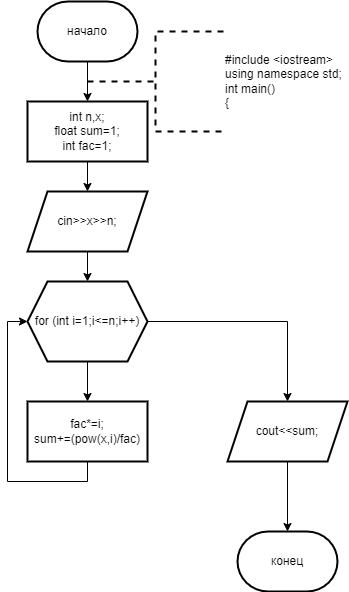
ksinph/PSTU_LABS_2023 keeps this draw.io diagram as 2_17.drawio.png. Above is the earlier version. Source tidied: cells renumbered, new cells last; positions are measured from the earlier drawing's top-left corner, leaving out a move shared by most shapes. Its diagram source:
```xml
<mxGraphModel>
  <root>
    <mxCell id="0" />
    <mxCell id="1" parent="0" />
    <mxCell id="2" style="edgeStyle=orthogonalEdgeStyle;rounded=0;jettySize=auto;html=1;" parent="1" edge="1" source="3" target="5">
      <mxGeometry relative="1" as="geometry" />
    </mxCell>
    <mxCell id="3" value="начало" style="strokeWidth=2;html=1;shape=mxgraph.flowchart.terminator;whiteSpace=wrap;" parent="1" vertex="1">
      <mxGeometry x="10" width="100" height="60" as="geometry" />
    </mxCell>
    <mxCell id="4" style="edgeStyle=orthogonalEdgeStyle;rounded=0;jettySize=auto;html=1;" parent="1" edge="1" source="5" target="7">
      <mxGeometry relative="1" as="geometry" />
    </mxCell>
    <mxCell id="5" value="int n,x;&lt;br&gt;float sum=1;&lt;br&gt;int fac=1;" style="whiteSpace=wrap;html=1;strokeWidth=2;" parent="1" vertex="1">
      <mxGeometry y="100" width="120" height="60" as="geometry" />
    </mxCell>
    <mxCell id="6" style="edgeStyle=orthogonalEdgeStyle;rounded=0;jettySize=auto;html=1;" parent="1" edge="1" source="7" target="10">
      <mxGeometry relative="1" as="geometry" />
    </mxCell>
    <mxCell id="7" value="cin&amp;gt;&amp;gt;x&amp;gt;&amp;gt;n;" style="shape=parallelogram;perimeter=parallelogramPerimeter;whiteSpace=wrap;html=1;fixedSize=1;strokeWidth=2;" parent="1" vertex="1">
      <mxGeometry y="190" width="120" height="60" as="geometry" />
    </mxCell>
    <mxCell id="8" style="edgeStyle=orthogonalEdgeStyle;rounded=0;jettySize=auto;html=1;" parent="1" edge="1" source="10" target="12">
      <mxGeometry relative="1" as="geometry" />
    </mxCell>
    <mxCell id="9" style="edgeStyle=orthogonalEdgeStyle;rounded=0;jettySize=auto;html=1;" parent="1" edge="1" source="10" target="13">
      <mxGeometry relative="1" as="geometry" />
    </mxCell>
    <mxCell id="10" value="for (int i=1;i&amp;lt;=n;i++)" style="shape=hexagon;perimeter=hexagonPerimeter2;whiteSpace=wrap;html=1;fixedSize=1;strokeWidth=2;" parent="1" vertex="1">
      <mxGeometry y="280" width="120" height="80" as="geometry" />
    </mxCell>
    <mxCell id="11" style="edgeStyle=orthogonalEdgeStyle;rounded=0;jettySize=auto;html=1;exitX=0.5;exitY=1;exitDx=0;exitDy=0;entryX=0;entryY=0.5;entryDx=0;entryDy=0;" parent="1" edge="1" source="12" target="10">
      <mxGeometry relative="1" as="geometry" />
    </mxCell>
    <mxCell id="12" value="fac*=i;&lt;br&gt;sum+=(pow(x,i)/fac)" style="whiteSpace=wrap;html=1;strokeWidth=2;" parent="1" vertex="1">
      <mxGeometry y="400" width="120" height="60" as="geometry" />
    </mxCell>
    <mxCell id="13" value="cout&amp;lt;&amp;lt;sum;" style="shape=parallelogram;perimeter=parallelogramPerimeter;whiteSpace=wrap;html=1;fixedSize=1;strokeWidth=2;" parent="1" vertex="1">
      <mxGeometry x="200" y="400" width="120" height="60" as="geometry" />
    </mxCell>
    <mxCell id="14" value="конец" style="strokeWidth=2;html=1;shape=mxgraph.flowchart.terminator;whiteSpace=wrap;" parent="1" vertex="1">
      <mxGeometry x="210" y="530" width="100" height="60" as="geometry" />
    </mxCell>
    <mxCell id="15" style="edgeStyle=orthogonalEdgeStyle;rounded=0;jettySize=auto;html=1;exitX=0.5;exitY=1;exitDx=0;exitDy=0;entryX=0.5;entryY=0;entryDx=0;entryDy=0;entryPerimeter=0;" parent="1" edge="1" source="13" target="14">
      <mxGeometry relative="1" as="geometry" />
    </mxCell>
    <mxCell id="16" value="&lt;div&gt;#include &amp;lt;iostream&amp;gt;&lt;/div&gt;&lt;div&gt;using namespace std;&lt;/div&gt;&lt;div&gt;int main()&lt;/div&gt;&lt;div&gt;{&lt;/div&gt;" style="strokeWidth=2;html=1;shape=mxgraph.flowchart.annotation_2;align=left;labelPosition=right;dashed=1;" parent="1" vertex="1">
      <mxGeometry x="60" y="30" width="136" height="100" as="geometry" />
    </mxCell>
  </root>
</mxGraphModel>
```
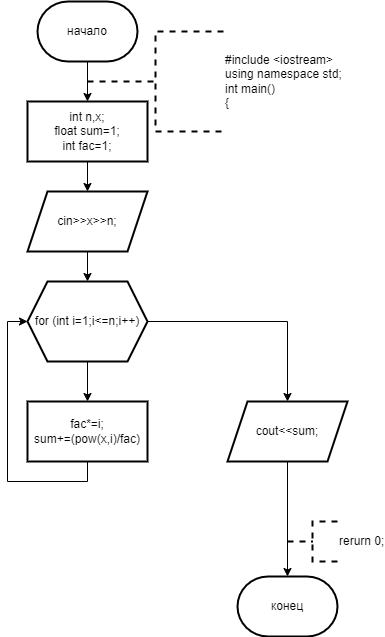
Above is the later version.

The edit, as a diff of the source:
```diff
@@ -39,7 +39,7 @@
       <mxGeometry x="200" y="400" width="120" height="60" as="geometry" />
     </mxCell>
     <mxCell id="14" value="конец" style="strokeWidth=2;html=1;shape=mxgraph.flowchart.terminator;whiteSpace=wrap;" parent="1" vertex="1">
-      <mxGeometry x="210" y="530" width="100" height="60" as="geometry" />
+      <mxGeometry x="210" y="575" width="100" height="60" as="geometry" />
     </mxCell>
     <mxCell id="15" style="edgeStyle=orthogonalEdgeStyle;rounded=0;jettySize=auto;html=1;exitX=0.5;exitY=1;exitDx=0;exitDy=0;entryX=0.5;entryY=0;entryDx=0;entryDy=0;entryPerimeter=0;" parent="1" edge="1" source="13" target="14">
       <mxGeometry relative="1" as="geometry" />
@@ -47,5 +47,8 @@
     <mxCell id="16" value="&lt;div&gt;#include &amp;lt;iostream&amp;gt;&lt;/div&gt;&lt;div&gt;using namespace std;&lt;/div&gt;&lt;div&gt;int main()&lt;/div&gt;&lt;div&gt;{&lt;/div&gt;" style="strokeWidth=2;html=1;shape=mxgraph.flowchart.annotation_2;align=left;labelPosition=right;dashed=1;" parent="1" vertex="1">
       <mxGeometry x="60" y="30" width="136" height="100" as="geometry" />
     </mxCell>
+    <mxCell id="17" value="rerurn 0;" style="strokeWidth=2;html=1;shape=mxgraph.flowchart.annotation_2;align=left;labelPosition=right;dashed=1;" parent="1" vertex="1">
+      <mxGeometry x="260" y="520" width="50" height="40" as="geometry" />
+    </mxCell>
   </root>
 </mxGraphModel>
```
